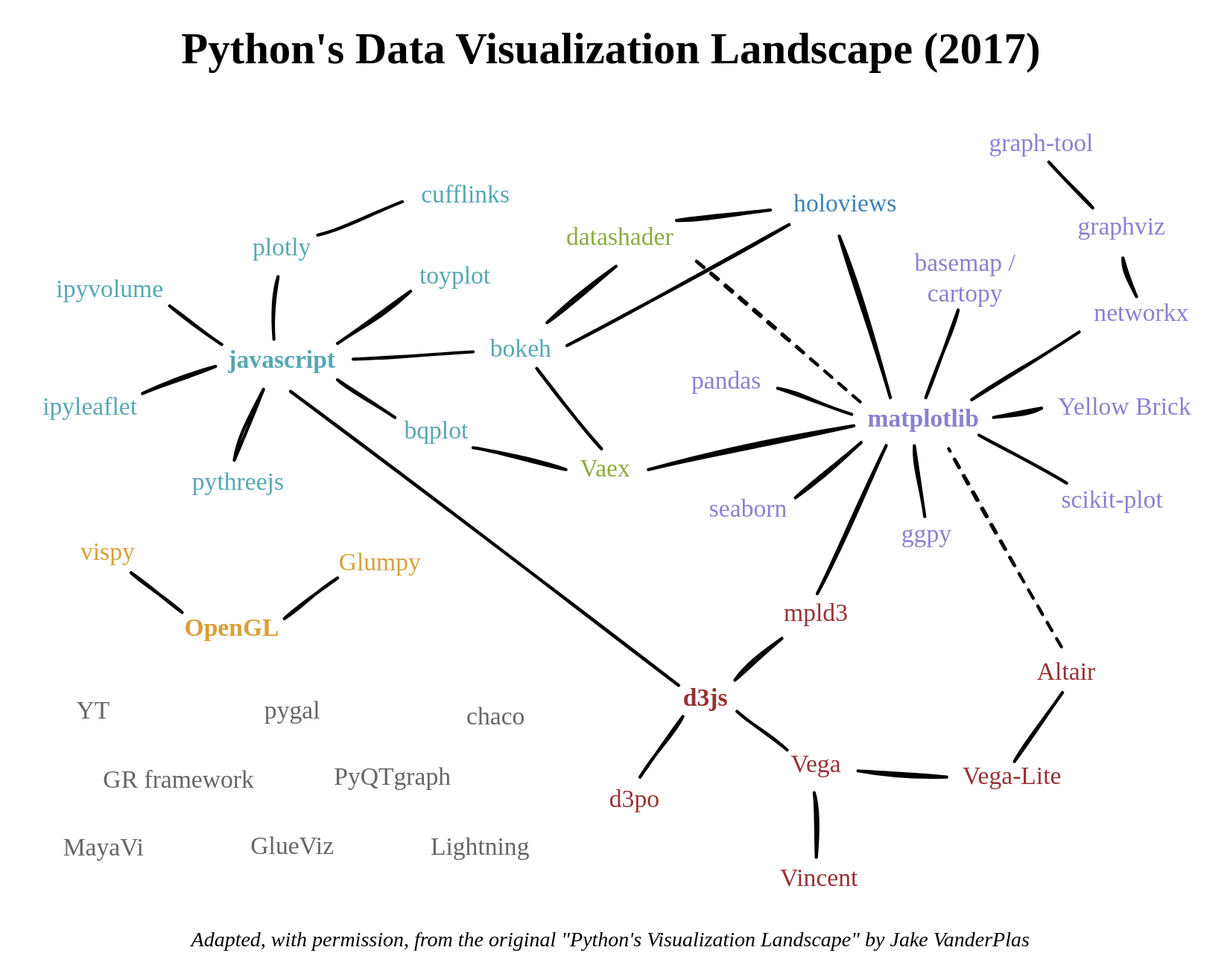
Before: python-data-visualization-landscape.svg, a diagram exported from draw.io (jeroenjanssens/python-data-visualization-landscape). Source tidied: cells renumbered, new cells last; positions are measured from the earlier drawing's top-left corner, leaving out a move shared by most shapes.
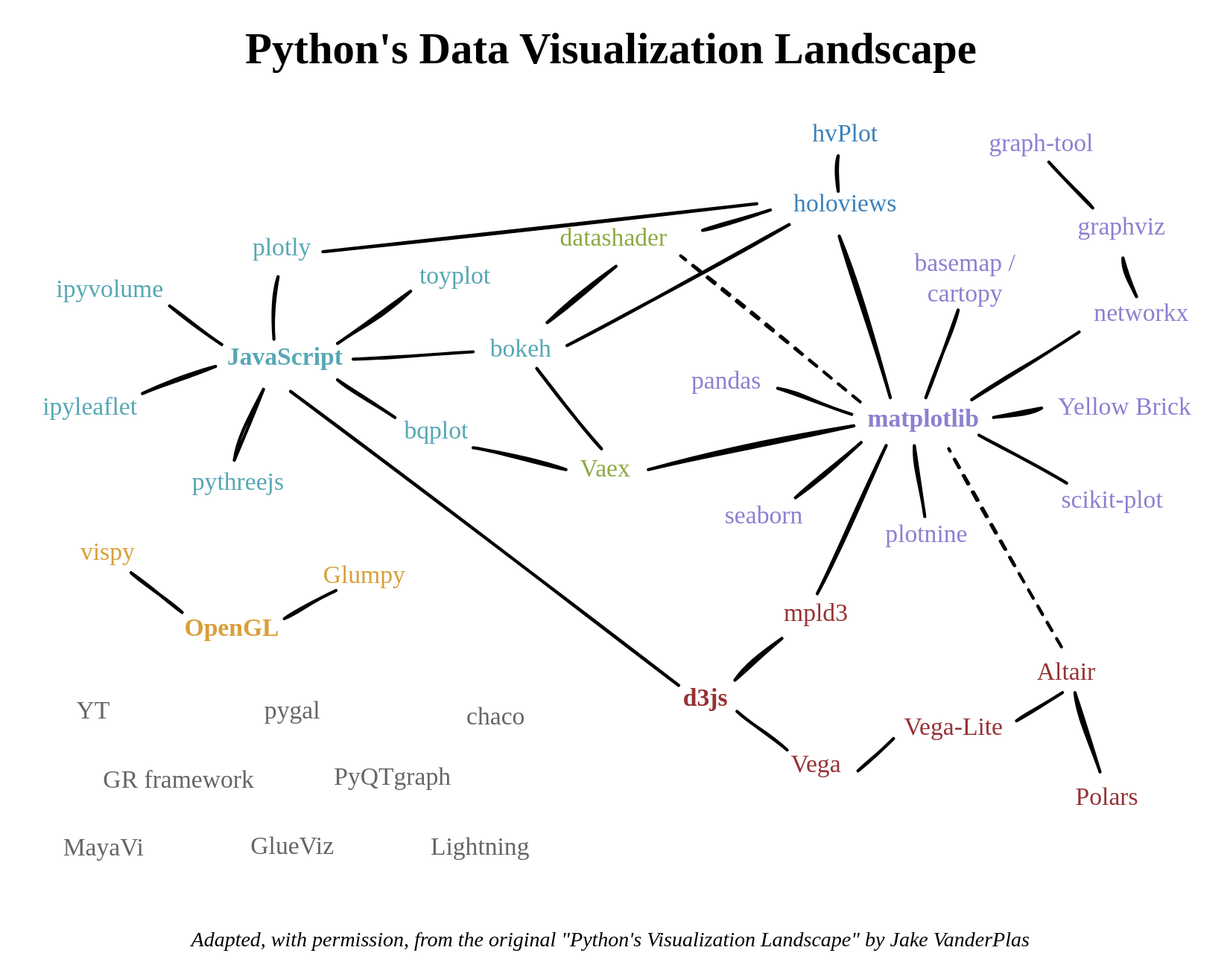
After the commit.

The edit, as a diff of the source:
```diff
@@ -5,7 +5,7 @@
     <mxCell id="2" value="&lt;div style=&quot;font-size: 24px;&quot;&gt;matplotlib&lt;/div&gt;" style="text;html=1;align=center;verticalAlign=middle;whiteSpace=wrap;rounded=0;fontFamily=Tahoma;fontStyle=1;fontSize=24;fontColor=#8a81d1;" parent="1" vertex="1">
       <mxGeometry x="800" y="386" width="170" height="30" as="geometry" />
     </mxCell>
-    <mxCell id="3" value="ggpy" style="text;html=1;align=center;verticalAlign=middle;whiteSpace=wrap;rounded=0;fontFamily=Tahoma;fontStyle=0;fontSize=24;fontColor=#8a81d1;" parent="1" vertex="1">
+    <mxCell id="3" value="plotnine" style="text;html=1;align=center;verticalAlign=middle;whiteSpace=wrap;rounded=0;fontFamily=Tahoma;fontStyle=0;fontSize=24;fontColor=#8a81d1;" parent="1" vertex="1">
       <mxGeometry x="803" y="497" width="170" height="30" as="geometry" />
     </mxCell>
     <mxCell id="4" value="scikit-plot" style="text;html=1;align=center;verticalAlign=middle;whiteSpace=wrap;rounded=0;fontFamily=Tahoma;fontStyle=0;fontSize=24;fontColor=#8a81d1;" parent="1" vertex="1">
@@ -33,7 +33,7 @@
       <mxGeometry x="611" y="350" width="170" height="30" as="geometry" />
     </mxCell>
     <mxCell id="12" value="seaborn" style="text;html=1;align=center;verticalAlign=middle;whiteSpace=wrap;rounded=0;fontFamily=Tahoma;fontStyle=0;fontSize=24;fontColor=#8a81d1;" parent="1" vertex="1">
-      <mxGeometry x="632" y="473" width="170" height="30" as="geometry" />
+      <mxGeometry x="647" y="479" width="170" height="30" as="geometry" />
     </mxCell>
     <mxCell id="13" value="Vaex" style="text;html=1;align=center;verticalAlign=middle;whiteSpace=wrap;rounded=0;fontFamily=Tahoma;fontStyle=0;fontSize=24;fontColor=#8bab42;" parent="1" vertex="1">
       <mxGeometry x="495" y="434" width="170" height="30" as="geometry" />
@@ -42,19 +42,16 @@
       <mxGeometry x="414" y="319" width="170" height="30" as="geometry" />
     </mxCell>
     <mxCell id="15" value="datashader" style="text;html=1;align=center;verticalAlign=middle;whiteSpace=wrap;rounded=0;fontFamily=Tahoma;fontStyle=0;fontSize=24;fontColor=#8bab42;" parent="1" vertex="1">
-      <mxGeometry x="509" y="212" width="170" height="30" as="geometry" />
+      <mxGeometry x="503" y="213" width="170" height="30" as="geometry" />
     </mxCell>
-    <mxCell id="16" value="cufflinks" style="text;html=1;align=center;verticalAlign=middle;whiteSpace=wrap;rounded=0;fontFamily=Tahoma;fontStyle=0;fontSize=24;fontColor=#56a7b4;" parent="1" vertex="1">
-      <mxGeometry x="361" y="171" width="170" height="30" as="geometry" />
-    </mxCell>
     <mxCell id="17" value="toyplot" style="text;html=1;align=center;verticalAlign=middle;whiteSpace=wrap;rounded=0;fontFamily=Tahoma;fontStyle=0;fontSize=24;fontColor=#56a7b4;" parent="1" vertex="1">
       <mxGeometry x="351" y="249" width="170" height="30" as="geometry" />
     </mxCell>
     <mxCell id="18" value="bqplot" style="text;html=1;align=center;verticalAlign=middle;whiteSpace=wrap;rounded=0;fontFamily=Tahoma;fontStyle=0;fontSize=24;fontColor=#56a7b4;" parent="1" vertex="1">
       <mxGeometry x="333" y="398" width="170" height="30" as="geometry" />
     </mxCell>
-    <mxCell id="19" value="javascript" style="text;html=1;align=center;verticalAlign=middle;whiteSpace=wrap;rounded=0;fontFamily=Tahoma;fontStyle=1;fontSize=24;fontColor=#56a7b4;" parent="1" vertex="1">
-      <mxGeometry x="185" y="330" width="170" height="30" as="geometry" />
+    <mxCell id="19" value="JavaScript" style="text;html=1;align=center;verticalAlign=middle;whiteSpace=wrap;rounded=0;fontFamily=Tahoma;fontStyle=1;fontSize=24;fontColor=#56a7b4;" parent="1" vertex="1">
+      <mxGeometry x="188" y="327" width="170" height="30" as="geometry" />
     </mxCell>
     <mxCell id="20" value="plotly" style="text;html=1;align=center;verticalAlign=middle;whiteSpace=wrap;rounded=0;fontFamily=Tahoma;fontStyle=0;fontSize=24;fontColor=#56a7b4;" parent="1" vertex="1">
       <mxGeometry x="185" y="222" width="170" height="30" as="geometry" />
@@ -69,7 +66,7 @@
       <mxGeometry x="143" y="447" width="170" height="30" as="geometry" />
     </mxCell>
     <mxCell id="24" value="Glumpy" style="text;html=1;align=center;verticalAlign=middle;whiteSpace=wrap;rounded=0;fontFamily=Tahoma;fontStyle=0;fontSize=24;fontColor=#d89f38;" parent="1" vertex="1">
-      <mxGeometry x="279" y="524" width="170" height="30" as="geometry" />
+      <mxGeometry x="264" y="536" width="170" height="30" as="geometry" />
     </mxCell>
     <mxCell id="25" value="OpenGL" style="text;html=1;align=center;verticalAlign=middle;whiteSpace=wrap;rounded=0;fontFamily=Tahoma;fontStyle=1;fontSize=24;fontColor=#d89f38;" parent="1" vertex="1">
       <mxGeometry x="137" y="587" width="170" height="30" as="geometry" />
@@ -101,9 +98,6 @@
     <mxCell id="34" value="Lightning" style="text;html=1;align=center;verticalAlign=middle;whiteSpace=wrap;rounded=0;fontFamily=Tahoma;fontStyle=0;fontSize=24;fontColor=#666565;" parent="1" vertex="1">
       <mxGeometry x="375" y="797" width="170" height="30" as="geometry" />
     </mxCell>
-    <mxCell id="35" value="d3po" style="text;html=1;align=center;verticalAlign=middle;whiteSpace=wrap;rounded=0;fontFamily=Tahoma;fontStyle=0;fontSize=24;fontColor=#953234;" parent="1" vertex="1">
-      <mxGeometry x="523" y="751" width="170" height="30" as="geometry" />
-    </mxCell>
     <mxCell id="36" value="d3js" style="text;html=1;align=center;verticalAlign=middle;whiteSpace=wrap;rounded=0;fontFamily=Tahoma;fontStyle=1;fontSize=24;fontColor=#953234;" parent="1" vertex="1">
       <mxGeometry x="591" y="654" width="170" height="30" as="geometry" />
     </mxCell>
@@ -113,21 +107,24 @@
     <mxCell id="38" value="Vega" style="text;html=1;align=center;verticalAlign=middle;whiteSpace=wrap;rounded=0;fontFamily=Tahoma;fontStyle=0;fontSize=24;fontColor=#953234;" parent="1" vertex="1">
       <mxGeometry x="697" y="718" width="170" height="30" as="geometry" />
     </mxCell>
-    <mxCell id="39" value="Vincent" style="text;html=1;align=center;verticalAlign=middle;whiteSpace=wrap;rounded=0;fontFamily=Tahoma;fontStyle=0;fontSize=24;fontColor=#953234;" parent="1" vertex="1">
-      <mxGeometry x="700" y="827" width="170" height="30" as="geometry" />
-    </mxCell>
     <mxCell id="40" value="Vega-Lite" style="text;html=1;align=center;verticalAlign=middle;whiteSpace=wrap;rounded=0;fontFamily=Tahoma;fontStyle=0;fontSize=24;fontColor=#953234;" parent="1" vertex="1">
-      <mxGeometry x="885" y="729" width="170" height="30" as="geometry" />
+      <mxGeometry x="829" y="682" width="170" height="30" as="geometry" />
     </mxCell>
     <mxCell id="41" value="Altair" style="text;html=1;align=center;verticalAlign=middle;whiteSpace=wrap;rounded=0;fontFamily=Tahoma;fontStyle=0;fontSize=24;fontColor=#953234;" parent="1" vertex="1">
       <mxGeometry x="937" y="629" width="170" height="30" as="geometry" />
     </mxCell>
-    <mxCell id="42" value="&lt;font style=&quot;font-size: 42px;&quot;&gt;Python's Data Visualization Landscape (2017)&lt;br&gt;&lt;/font&gt;" style="text;html=1;align=center;verticalAlign=middle;whiteSpace=wrap;rounded=0;fontFamily=Tahoma;fontStyle=1;fontSize=44;" parent="1" vertex="1">
+    <mxCell id="42" value="&lt;font style=&quot;font-size: 42px;&quot;&gt;Python's Data Visualization Landscape&lt;br&gt;&lt;/font&gt;" style="text;html=1;align=center;verticalAlign=middle;whiteSpace=wrap;rounded=0;fontFamily=Tahoma;fontStyle=1;fontSize=44;" parent="1" vertex="1">
       <mxGeometry width="1171" height="93" as="geometry" />
     </mxCell>
     <mxCell id="43" value="Adapted, with permission, from the original &quot;Python's Visualization Landscape&quot; by Jake VanderPlas " style="text;html=1;align=center;verticalAlign=middle;whiteSpace=wrap;rounded=0;fontFamily=Tahoma;fontStyle=2;fontSize=20;" parent="1" vertex="1">
       <mxGeometry x="2" y="880" width="1166" height="40" as="geometry" />
     </mxCell>
+    <mxCell id="81" value="hvPlot" style="text;html=1;align=center;verticalAlign=middle;whiteSpace=wrap;rounded=0;fontFamily=Tahoma;fontStyle=0;fontSize=24;fontColor=#3b80ba;" parent="1" vertex="1">
+      <mxGeometry x="725" y="113" width="170" height="30" as="geometry" />
+    </mxCell>
+    <mxCell id="82" value="Polars" style="text;html=1;align=center;verticalAlign=middle;whiteSpace=wrap;rounded=0;fontFamily=Tahoma;fontStyle=0;fontSize=24;fontColor=#953234;" parent="1" vertex="1">
+      <mxGeometry x="976" y="749" width="170" height="30" as="geometry" />
+    </mxCell>
     <mxCell id="44" value="Links" parent="0" />
     <mxCell id="45" style="endArrow=none;html=1;rounded=0;sketch=1;curveFitting=1;jiggle=2;strokeWidth=3;fontFamily=IBM Plex Sans Condensed ;fontSource=https%3A%2F%2Ffonts.googleapis.com%2Fcss%3Ffamily%3DIBM%2BPlex%2BSans%2BCondensed%2B;" parent="44" edge="1">
       <mxGeometry relative="1" as="geometry">
@@ -195,9 +192,8 @@
         <mxPoint x="756" y="215" as="targetPoint" />
       </mxGeometry>
     </mxCell>
-    <mxCell id="56" style="endArrow=none;html=1;rounded=0;sketch=1;curveFitting=1;jiggle=2;strokeWidth=3;fontFamily=IBM Plex Sans Condensed ;fontSource=https%3A%2F%2Ffonts.googleapis.com%2Fcss%3Ffamily%3DIBM%2BPlex%2BSans%2BCondensed%2B;" parent="44" edge="1">
+    <mxCell id="56" style="endArrow=none;html=1;rounded=0;sketch=1;curveFitting=1;jiggle=2;strokeWidth=3;fontFamily=IBM Plex Sans Condensed ;fontSource=https%3A%2F%2Ffonts.googleapis.com%2Fcss%3Ffamily%3DIBM%2BPlex%2BSans%2BCondensed%2B;exitX=1;exitY=0.25;exitDx=0;exitDy=0;" parent="44" edge="1" source="15">
       <mxGeometry relative="1" as="geometry">
-        <mxPoint x="648" y="211" as="sourcePoint" />
         <mxPoint x="738" y="201" as="targetPoint" />
       </mxGeometry>
     </mxCell>
@@ -257,28 +253,16 @@
     </mxCell>
     <mxCell id="66" style="endArrow=none;html=1;rounded=0;sketch=1;curveFitting=1;jiggle=2;strokeWidth=3;fontFamily=IBM Plex Sans Condensed ;fontSource=https%3A%2F%2Ffonts.googleapis.com%2Fcss%3Ffamily%3DIBM%2BPlex%2BSans%2BCondensed%2B;" parent="44" edge="1">
       <mxGeometry relative="1" as="geometry">
-        <mxPoint x="907" y="745" as="sourcePoint" />
+        <mxPoint x="856" y="708" as="sourcePoint" />
         <mxPoint x="822" y="739" as="targetPoint" />
       </mxGeometry>
     </mxCell>
     <mxCell id="67" style="endArrow=none;html=1;rounded=0;sketch=1;curveFitting=1;jiggle=2;strokeWidth=3;fontFamily=IBM Plex Sans Condensed ;fontSource=https%3A%2F%2Ffonts.googleapis.com%2Fcss%3Ffamily%3DIBM%2BPlex%2BSans%2BCondensed%2B;" parent="44" edge="1">
       <mxGeometry relative="1" as="geometry">
-        <mxPoint x="972" y="730" as="sourcePoint" />
+        <mxPoint x="974" y="691" as="sourcePoint" />
         <mxPoint x="1018" y="664" as="targetPoint" />
       </mxGeometry>
     </mxCell>
-    <mxCell id="68" style="endArrow=none;html=1;rounded=0;sketch=1;curveFitting=1;jiggle=2;strokeWidth=3;fontFamily=IBM Plex Sans Condensed ;fontSource=https%3A%2F%2Ffonts.googleapis.com%2Fcss%3Ffamily%3DIBM%2BPlex%2BSans%2BCondensed%2B;" parent="44" edge="1">
-      <mxGeometry relative="1" as="geometry">
-        <mxPoint x="780" y="760" as="sourcePoint" />
-        <mxPoint x="782" y="822" as="targetPoint" />
-      </mxGeometry>
-    </mxCell>
-    <mxCell id="69" style="endArrow=none;html=1;rounded=0;sketch=1;curveFitting=1;jiggle=2;strokeWidth=3;fontFamily=IBM Plex Sans Condensed ;fontSource=https%3A%2F%2Ffonts.googleapis.com%2Fcss%3Ffamily%3DIBM%2BPlex%2BSans%2BCondensed%2B;" parent="44" edge="1">
-      <mxGeometry relative="1" as="geometry">
-        <mxPoint x="654" y="687" as="sourcePoint" />
-        <mxPoint x="613" y="745" as="targetPoint" />
-      </mxGeometry>
-    </mxCell>
     <mxCell id="70" style="endArrow=none;html=1;rounded=0;sketch=1;curveFitting=1;jiggle=2;strokeWidth=3;fontFamily=IBM Plex Sans Condensed ;fontSource=https%3A%2F%2Ffonts.googleapis.com%2Fcss%3Ffamily%3DIBM%2BPlex%2BSans%2BCondensed%2B;" parent="44" edge="1">
       <mxGeometry relative="1" as="geometry">
         <mxPoint x="650" y="657" as="sourcePoint" />
@@ -309,16 +293,9 @@
         <mxPoint x="262" y="325" as="targetPoint" />
       </mxGeometry>
     </mxCell>
-    <mxCell id="75" style="endArrow=none;html=1;rounded=0;sketch=1;curveFitting=1;jiggle=2;strokeWidth=3;fontFamily=IBM Plex Sans Condensed ;fontSource=https%3A%2F%2Ffonts.googleapis.com%2Fcss%3Ffamily%3DIBM%2BPlex%2BSans%2BCondensed%2B;" parent="44" edge="1">
-      <mxGeometry relative="1" as="geometry">
-        <mxPoint x="304" y="225" as="sourcePoint" />
-        <mxPoint x="385" y="193" as="targetPoint" />
-      </mxGeometry>
-    </mxCell>
-    <mxCell id="76" style="endArrow=none;html=1;rounded=0;sketch=1;curveFitting=1;jiggle=2;strokeWidth=3;fontFamily=IBM Plex Sans Condensed ;fontSource=https%3A%2F%2Ffonts.googleapis.com%2Fcss%3Ffamily%3DIBM%2BPlex%2BSans%2BCondensed%2B;" parent="44" edge="1">
+    <mxCell id="76" style="endArrow=none;html=1;rounded=0;sketch=1;curveFitting=1;jiggle=2;strokeWidth=3;fontFamily=IBM Plex Sans Condensed ;fontSource=https%3A%2F%2Ffonts.googleapis.com%2Fcss%3Ffamily%3DIBM%2BPlex%2BSans%2BCondensed%2B;" parent="44" edge="1" target="24">
       <mxGeometry relative="1" as="geometry">
         <mxPoint x="272" y="593" as="sourcePoint" />
-        <mxPoint x="323" y="554" as="targetPoint" />
       </mxGeometry>
     </mxCell>
     <mxCell id="77" style="endArrow=none;html=1;rounded=0;sketch=1;curveFitting=1;jiggle=2;strokeWidth=3;fontFamily=IBM Plex Sans Condensed ;fontSource=https%3A%2F%2Ffonts.googleapis.com%2Fcss%3Ffamily%3DIBM%2BPlex%2BSans%2BCondensed%2B;" parent="44" edge="1">
@@ -330,7 +307,7 @@
     <mxCell id="78" style="endArrow=none;html=1;rounded=0;sketch=1;curveFitting=1;jiggle=2;strokeWidth=3;dashed=1;fontFamily=IBM Plex Sans Condensed ;fontSource=https%3A%2F%2Ffonts.googleapis.com%2Fcss%3Ffamily%3DIBM%2BPlex%2BSans%2BCondensed%2B;" parent="44" edge="1">
       <mxGeometry relative="1" as="geometry">
         <mxPoint x="824" y="385" as="sourcePoint" />
-        <mxPoint x="661" y="245" as="targetPoint" />
+        <mxPoint x="652" y="245" as="targetPoint" />
       </mxGeometry>
     </mxCell>
     <mxCell id="79" style="endArrow=none;html=1;rounded=0;sketch=1;curveFitting=1;jiggle=2;strokeWidth=3;dashed=1;fontFamily=IBM Plex Sans Condensed ;fontSource=https%3A%2F%2Ffonts.googleapis.com%2Fcss%3Ffamily%3DIBM%2BPlex%2BSans%2BCondensed%2B;" parent="44" edge="1">
@@ -345,5 +322,22 @@
         <mxPoint x="514" y="353" as="targetPoint" />
       </mxGeometry>
     </mxCell>
+    <mxCell id="83" style="endArrow=none;html=1;rounded=0;sketch=1;curveFitting=1;jiggle=2;strokeWidth=3;fontFamily=IBM Plex Sans Condensed ;fontSource=https%3A%2F%2Ffonts.googleapis.com%2Fcss%3Ffamily%3DIBM%2BPlex%2BSans%2BCondensed%2B;entryX=0;entryY=0.5;entryDx=0;entryDy=0;" parent="44" edge="1" target="10">
+      <mxGeometry relative="1" as="geometry">
+        <mxPoint x="309" y="241" as="sourcePoint" />
+      </mxGeometry>
+    </mxCell>
+    <mxCell id="84" style="endArrow=none;html=1;rounded=0;sketch=1;curveFitting=1;jiggle=2;strokeWidth=3;fontFamily=IBM Plex Sans Condensed ;fontSource=https%3A%2F%2Ffonts.googleapis.com%2Fcss%3Ffamily%3DIBM%2BPlex%2BSans%2BCondensed%2B;" parent="44" edge="1">
+      <mxGeometry relative="1" as="geometry">
+        <mxPoint x="803" y="183" as="sourcePoint" />
+        <mxPoint x="803" y="149" as="targetPoint" />
+      </mxGeometry>
+    </mxCell>
+    <mxCell id="85" style="endArrow=none;html=1;rounded=0;sketch=1;curveFitting=1;jiggle=2;strokeWidth=3;fontFamily=IBM Plex Sans Condensed ;fontSource=https%3A%2F%2Ffonts.googleapis.com%2Fcss%3Ffamily%3DIBM%2BPlex%2BSans%2BCondensed%2B;" parent="44" edge="1">
+      <mxGeometry relative="1" as="geometry">
+        <mxPoint x="1054" y="740" as="sourcePoint" />
+        <mxPoint x="1030" y="664" as="targetPoint" />
+      </mxGeometry>
+    </mxCell>
   </root>
 </mxGraphModel>
```
